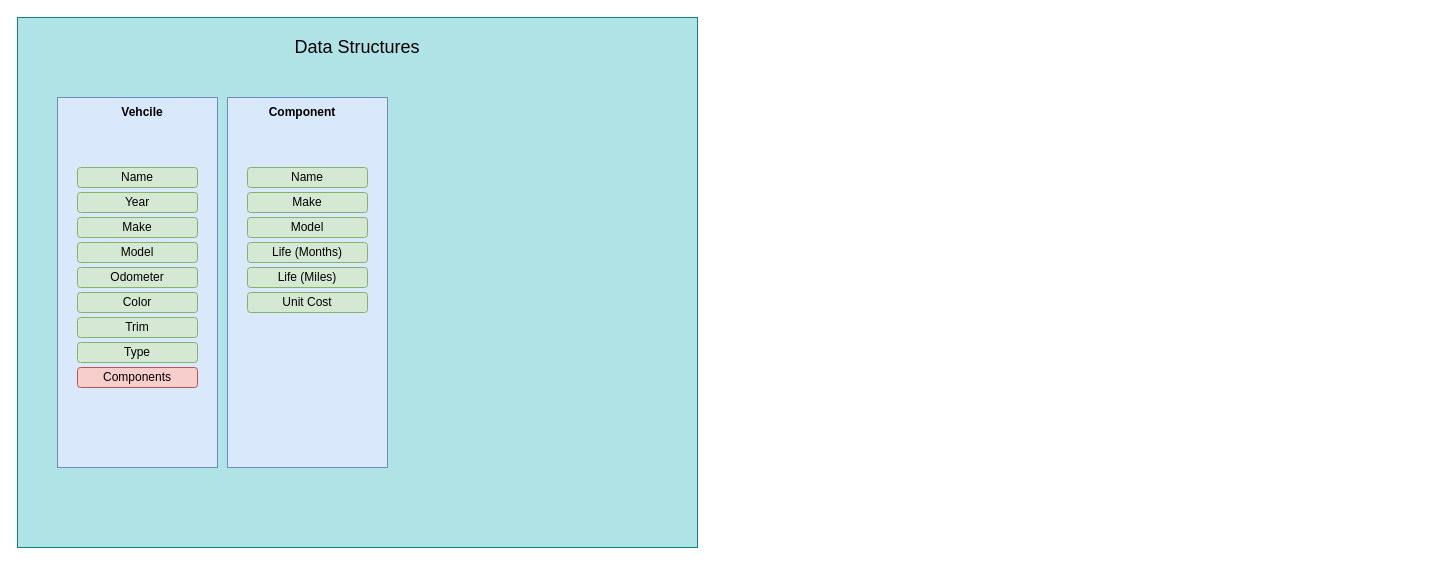
Before: CarStat2.drawio in alexporter7/CarStat2, a draw.io diagram. Source tidied: cells renumbered, new cells numbered last; positions are measured from the earlier drawing's top-left corner, leaving out a move shared by most shapes. Both pictures are drawn from the tidied source at 100%, with x=0, y=0 at pixel (17, 17).
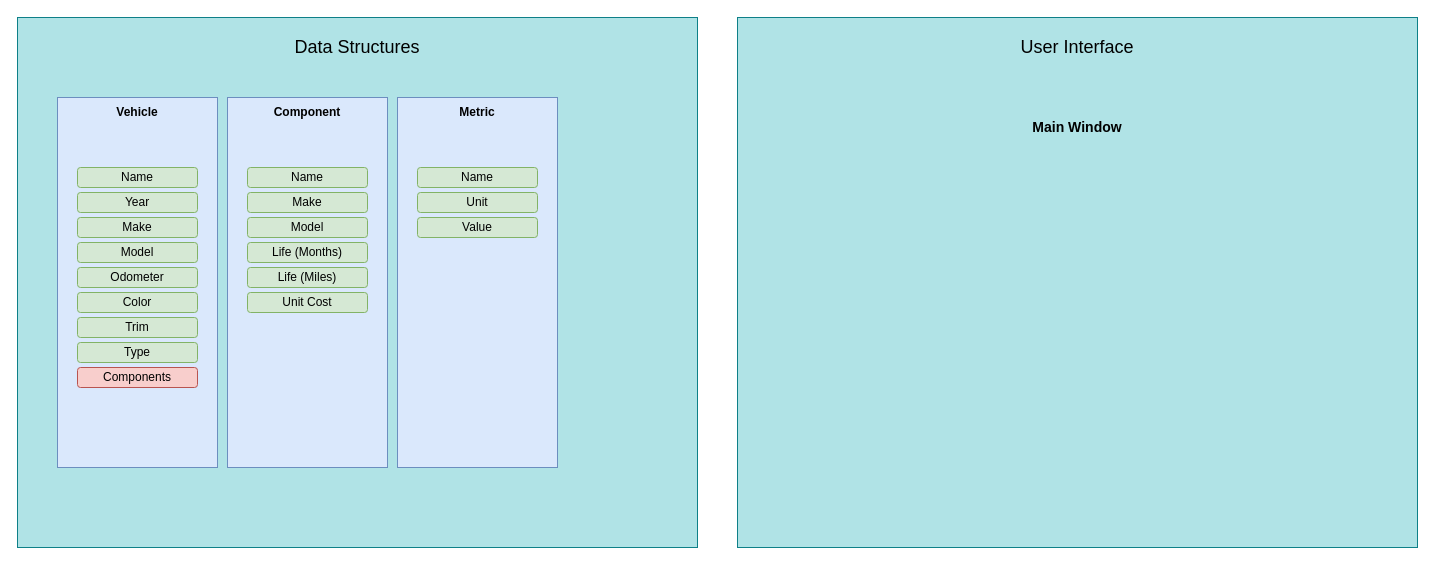
After the change.

The edit, as a diff of the source:
```diff
@@
-    <mxCell id="4" value="&lt;b&gt;Vehcile&lt;/b&gt;" style="text;html=1;align=center;verticalAlign=middle;whiteSpace=wrap;rounded=0;" parent="1" vertex="1">
-      <mxGeometry x="40" y="80" width="170" height="30" as="geometry" />
+    <mxCell id="4" value="&lt;b&gt;Vehicle&lt;/b&gt;" style="text;html=1;align=center;verticalAlign=middle;whiteSpace=wrap;rounded=0;" parent="1" vertex="1">
+      <mxGeometry x="40" y="80" width="160" height="30" as="geometry" />
     </mxCell>
@@
     <mxCell id="14" value="&lt;b&gt;Component&lt;/b&gt;" style="text;html=1;align=center;verticalAlign=middle;whiteSpace=wrap;rounded=0;" parent="1" vertex="1">
-      <mxGeometry x="210" y="80" width="150" height="30" as="geometry" />
+      <mxGeometry x="210" y="80" width="160" height="30" as="geometry" />
     </mxCell>
@@
+    <mxCell id="23" style="rounded=0;whiteSpace=wrap;html=1;fillColor=#dae8fc;strokeColor=#6c8ebf;" parent="1" vertex="1">
+      <mxGeometry x="380" y="80" width="160" height="370" as="geometry" />
+    </mxCell>
+    <mxCell id="24" value="&lt;b&gt;Metric&lt;/b&gt;" style="text;html=1;align=center;verticalAlign=middle;whiteSpace=wrap;rounded=0;" parent="1" vertex="1">
+      <mxGeometry x="380" y="80" width="160" height="30" as="geometry" />
+    </mxCell>
+    <mxCell id="25" value="Name" style="rounded=1;whiteSpace=wrap;html=1;fillColor=#d5e8d4;strokeColor=#82b366;" parent="1" vertex="1">
+      <mxGeometry x="400" y="150" width="120" height="20" as="geometry" />
+    </mxCell>
+    <mxCell id="26" value="Unit" style="rounded=1;whiteSpace=wrap;html=1;fillColor=#d5e8d4;strokeColor=#82b366;" parent="1" vertex="1">
+      <mxGeometry x="400" y="175" width="120" height="20" as="geometry" />
+    </mxCell>
+    <mxCell id="27" value="Value" style="rounded=1;whiteSpace=wrap;html=1;fillColor=#d5e8d4;strokeColor=#82b366;" parent="1" vertex="1">
+      <mxGeometry x="400" y="200" width="120" height="20" as="geometry" />
+    </mxCell>
+    <mxCell id="28" style="rounded=0;whiteSpace=wrap;html=1;fillColor=#b0e3e6;strokeColor=#0e8088;" parent="1" vertex="1">
+      <mxGeometry x="720" width="680" height="530" as="geometry" />
+    </mxCell>
+    <mxCell id="29" value="User Interface" style="text;html=1;align=center;verticalAlign=middle;whiteSpace=wrap;rounded=0;fontSize=18;" parent="1" vertex="1">
+      <mxGeometry x="720" width="680" height="60" as="geometry" />
+    </mxCell>
+    <mxCell id="30" value="Main Window" style="text;html=1;align=center;verticalAlign=middle;whiteSpace=wrap;rounded=0;fontSize=14;fontStyle=1;" parent="1" vertex="1">
+      <mxGeometry x="720" y="90" width="680" height="40" as="geometry" />
+    </mxCell>
```
